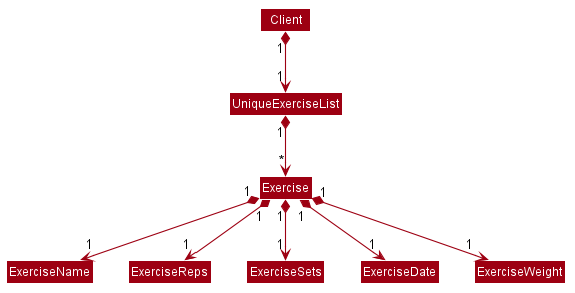
Earlier version of the PlantUML export images/ExerciseClassDiagram.png (AY1920S2-CS2103T-F11-2/main).
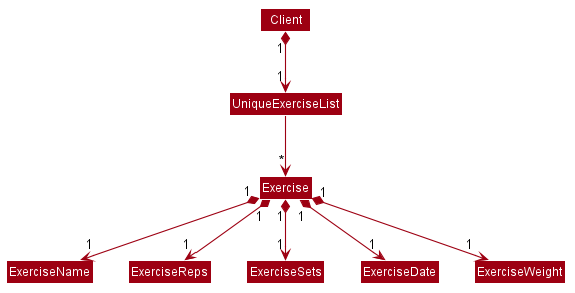
After the change.

The edit, as a diff of the source:
```diff
@@ -52,7 +52,7 @@
 skinparam classBackgroundColor #9D0012
 
 Client "1" *--> "1" UniqueExerciseList
-UniqueExerciseList "1" *--> "*" Exercise
+UniqueExerciseList  --> "*" Exercise
 
 Exercise "1" *--> "1" ExerciseName
 Exercise "1" *--> "1" ExerciseReps
```
